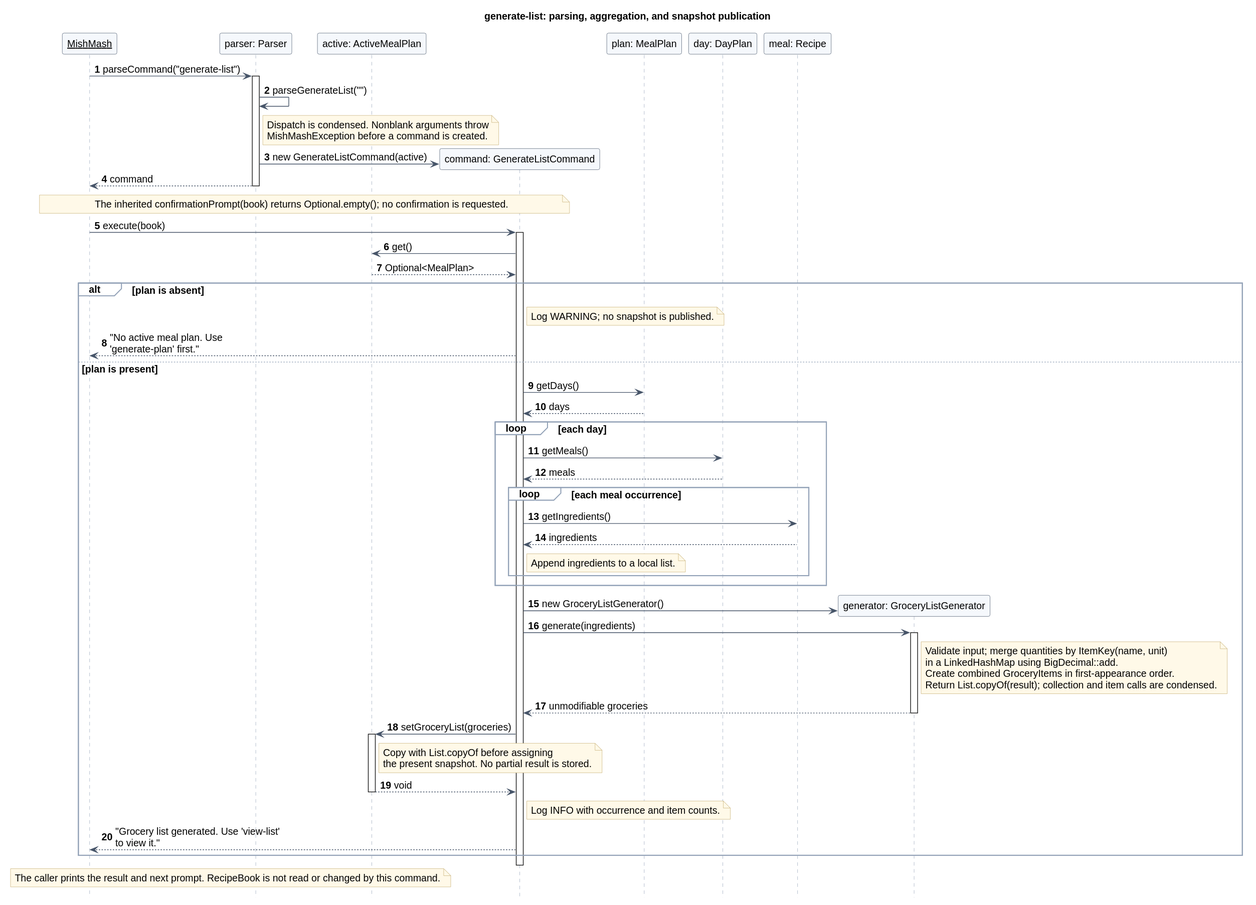
Before: docs/images/oilybikechain/grocery-execution.svg, a diagram exported from PlantUML (AY2627S1-CS2113-W13-4/tp). The source it was exported from:
```plantuml
@startuml
!include ../shortfall/style.iuml
title generate-list: parsing, aggregation, and snapshot publication
autonumber
participant "<u>MishMash</u>" as App
participant "parser: Parser" as Parser
participant "active: ActiveMealPlan" as Active

App -> Parser : parseCommand("generate-list")
activate Parser
Parser -> Parser : parseGenerateList("")
note right of Parser : Dispatch is condensed. Nonblank arguments throw\nMishMashException before a command is created.
create participant "command: GenerateListCommand" as Cmd
Parser -> Cmd : new GenerateListCommand(active)
Parser --> App : command
deactivate Parser
note over App, Cmd : The inherited confirmationPrompt(book) returns Optional.empty(); no confirmation is requested.
App -> Cmd : execute(book)
activate Cmd
Cmd -> Active : get()
Active --> Cmd : Optional<MealPlan>
alt plan is absent
  note right of Cmd : Log WARNING; no snapshot is published.
  Cmd --> App : "No active meal plan. Use 'generate-plan' first."
else plan is present
  participant "plan: MealPlan" as Plan
  participant "day: DayPlan" as Day
  participant "meal: Recipe" as Meal
  Cmd -> Plan : getDays()
  Plan --> Cmd : days
  loop each day
    Cmd -> Day : getMeals()
    Day --> Cmd : meals
    loop each meal occurrence
      Cmd -> Meal : getIngredients()
      Meal --> Cmd : ingredients
      note right of Cmd : Append ingredients to a local list.
    end
  end
  create participant "generator: GroceryListGenerator" as Generator
  Cmd -> Generator : new GroceryListGenerator()
  Cmd -> Generator : generate(ingredients)
  activate Generator
  note right of Generator
    Validate input; merge quantities by ItemKey(name, unit)
    in a LinkedHashMap using BigDecimal::add.
    Create combined GroceryItems in first-appearance order.
    Return List.copyOf(result); collection and item calls are condensed.
  end note
  Generator --> Cmd : unmodifiable groceries
  deactivate Generator
  Cmd -> Active : setGroceryList(groceries)
  activate Active
  note right of Active : Copy with List.copyOf before assigning\nthe present snapshot. No partial result is stored.
  Active --> Cmd : void
  deactivate Active
  note right of Cmd : Log INFO with occurrence and item counts.
  Cmd --> App : "Grocery list generated. Use 'view-list' to view it."
end
deactivate Cmd
note over App, Active : The caller prints the result and next prompt. RecipeBook is not read or changed by this command.
@enduml
```
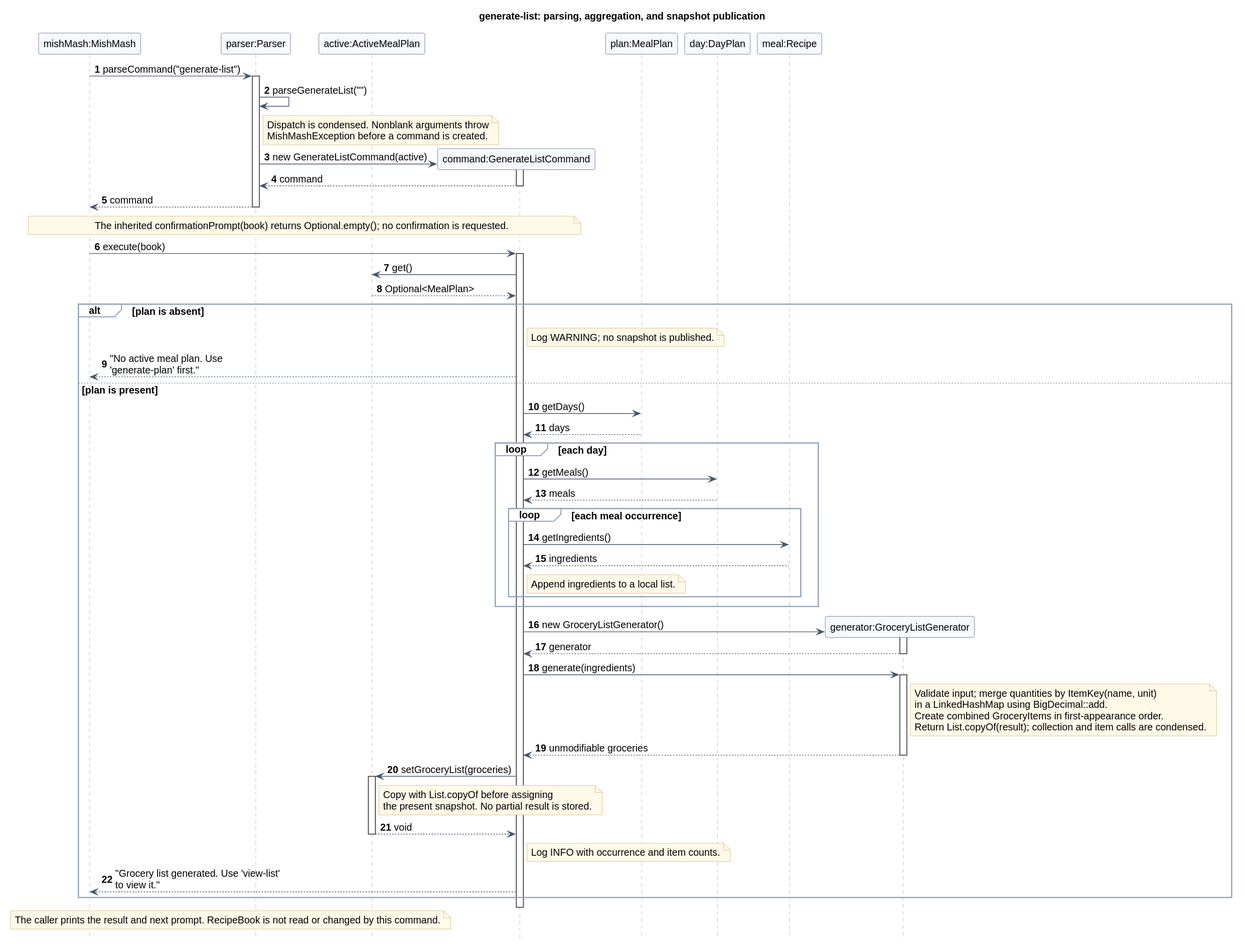
The same diagram one commit later.

The edit, as a diff of the source:
```diff
@@ -2,16 +2,19 @@
 !include ../shortfall/style.iuml
 title generate-list: parsing, aggregation, and snapshot publication
 autonumber
-participant "<u>MishMash</u>" as App
-participant "parser: Parser" as Parser
-participant "active: ActiveMealPlan" as Active
+participant "mishMash:MishMash" as App
+participant "parser:Parser" as Parser
+participant "active:ActiveMealPlan" as Active
 
 App -> Parser : parseCommand("generate-list")
 activate Parser
 Parser -> Parser : parseGenerateList("")
 note right of Parser : Dispatch is condensed. Nonblank arguments throw\nMishMashException before a command is created.
-create participant "command: GenerateListCommand" as Cmd
+create participant "command:GenerateListCommand" as Cmd
 Parser -> Cmd : new GenerateListCommand(active)
+activate Cmd
+Cmd --> Parser : command
+deactivate Cmd
 Parser --> App : command
 deactivate Parser
 note over App, Cmd : The inherited confirmationPrompt(book) returns Optional.empty(); no confirmation is requested.
@@ -23,9 +26,9 @@
   note right of Cmd : Log WARNING; no snapshot is published.
   Cmd --> App : "No active meal plan. Use 'generate-plan' first."
 else plan is present
-  participant "plan: MealPlan" as Plan
-  participant "day: DayPlan" as Day
-  participant "meal: Recipe" as Meal
+  participant "plan:MealPlan" as Plan
+  participant "day:DayPlan" as Day
+  participant "meal:Recipe" as Meal
   Cmd -> Plan : getDays()
   Plan --> Cmd : days
   loop each day
@@ -37,8 +40,11 @@
       note right of Cmd : Append ingredients to a local list.
     end
   end
-  create participant "generator: GroceryListGenerator" as Generator
+  create participant "generator:GroceryListGenerator" as Generator
   Cmd -> Generator : new GroceryListGenerator()
+  activate Generator
+  Generator --> Cmd : generator
+  deactivate Generator
   Cmd -> Generator : generate(ingredients)
   activate Generator
   note right of Generator
```
